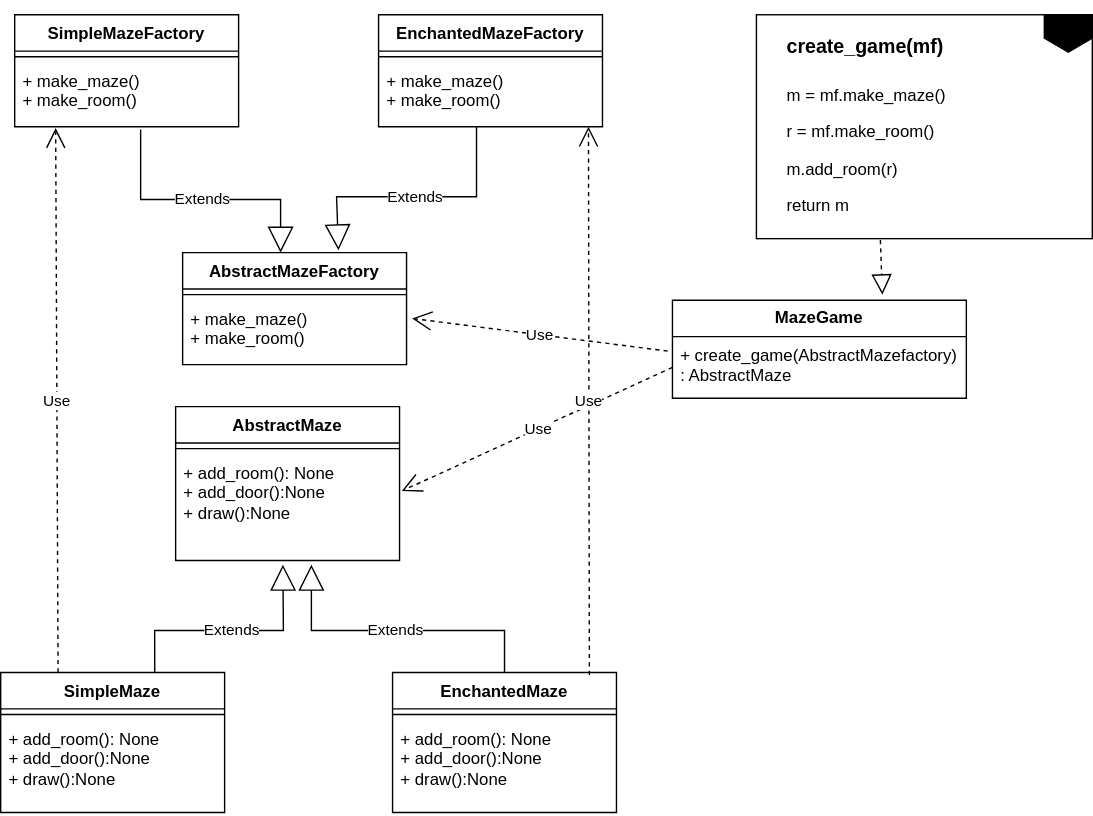
The draw.io diagram img/abstract_factory.svg in ElenaShargina/patterns, before a commit. Source tidied: cells renumbered, new cells last; positions are measured from the earlier drawing's top-left corner, leaving out a move shared by most shapes.
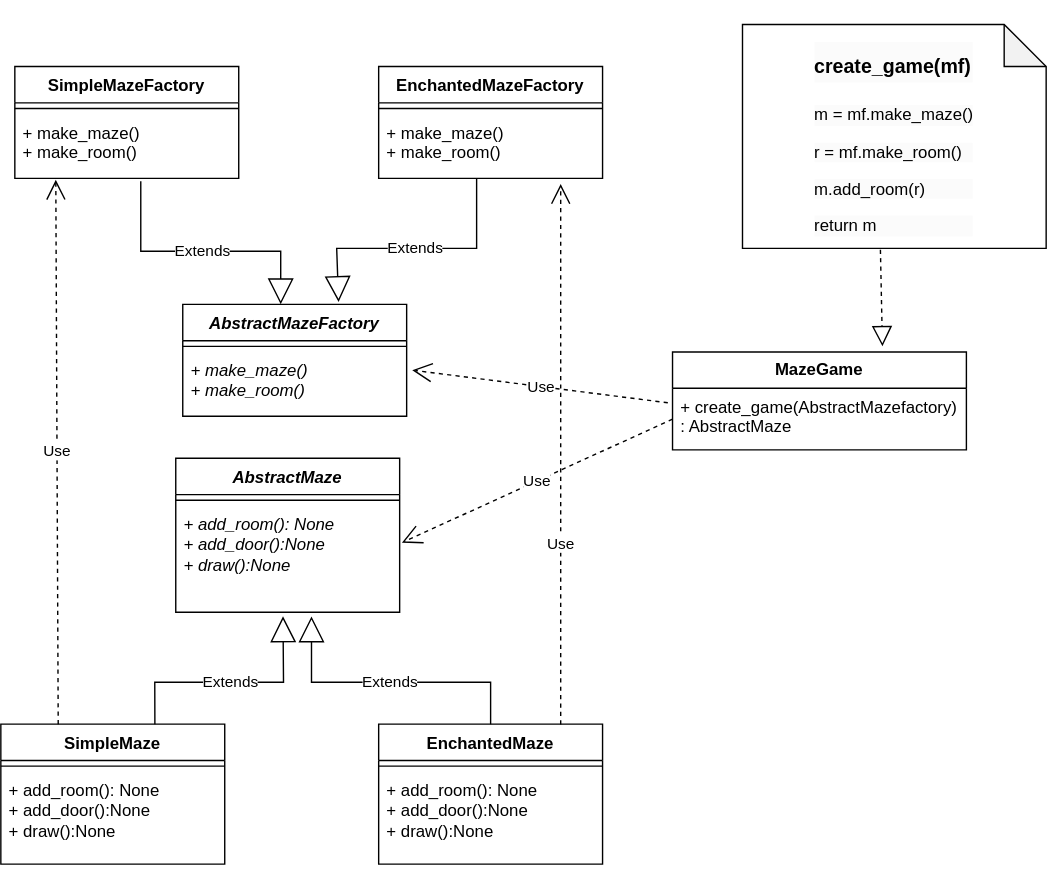
After the change.

What changed in the source:
```diff
@@ -2,13 +2,13 @@
   <root>
     <mxCell id="0" />
     <mxCell id="1" parent="0" />
-    <mxCell id="2" value="AbstractMaze" style="swimlane;fontStyle=1;align=center;verticalAlign=top;horizontal=1;startSize=26;whiteSpace=wrap;html=1;" parent="1" vertex="1">
+    <mxCell id="2" value="&lt;i&gt;AbstractMaze&lt;/i&gt;" style="swimlane;fontStyle=1;align=center;verticalAlign=top;horizontal=1;startSize=26;whiteSpace=wrap;html=1;" parent="1" vertex="1">
       <mxGeometry x="125" y="280" width="160" height="110" as="geometry" />
     </mxCell>
     <mxCell id="3" style="line;strokeWidth=1;fillColor=none;align=left;verticalAlign=middle;spacingTop=-1;spacingLeft=3;spacingRight=3;labelPosition=right;strokeColor=inherit;" parent="2" vertex="1">
       <mxGeometry y="26" width="160" height="8" as="geometry" />
     </mxCell>
-    <mxCell id="4" value="+ add_room(): None&lt;br&gt;+ add_door():None&lt;br&gt;+ draw():None" style="text;strokeColor=none;fillColor=none;align=left;verticalAlign=top;spacingLeft=4;spacingRight=4;overflow=hidden;points=[[0,0.5],[1,0.5]];portConstraint=eastwest;whiteSpace=wrap;html=1;" parent="2" vertex="1">
+    <mxCell id="4" value="+ add_room(): None&lt;br&gt;+ add_door():None&lt;br&gt;+ draw():None" style="text;strokeColor=none;fillColor=none;align=left;verticalAlign=top;spacingLeft=4;spacingRight=4;overflow=hidden;points=[[0,0.5],[1,0.5]];portConstraint=eastwest;whiteSpace=wrap;html=1;fontStyle=2;" parent="2" vertex="1">
       <mxGeometry y="34" width="160" height="76" as="geometry" />
     </mxCell>
     <mxCell id="5" value="SimpleMaze" style="swimlane;fontStyle=1;align=center;verticalAlign=top;horizontal=1;startSize=26;whiteSpace=wrap;html=1;" parent="1" vertex="1">
@@ -21,7 +21,7 @@
       <mxGeometry y="34" width="160" height="66" as="geometry" />
     </mxCell>
     <mxCell id="8" value="EnchantedMaze" style="swimlane;fontStyle=1;align=center;verticalAlign=top;horizontal=1;startSize=26;whiteSpace=wrap;html=1;" parent="1" vertex="1">
-      <mxGeometry x="280" y="470" width="160" height="100" as="geometry" />
+      <mxGeometry x="270" y="470" width="160" height="100" as="geometry" />
     </mxCell>
     <mxCell id="9" style="line;strokeWidth=1;fillColor=none;align=left;verticalAlign=middle;spacingTop=-1;spacingLeft=3;spacingRight=3;labelPosition=right;strokeColor=inherit;" parent="8" vertex="1">
       <mxGeometry y="26" width="160" height="8" as="geometry" />
@@ -29,13 +29,13 @@
     <mxCell id="10" value="+ add_room(): None&lt;br style=&quot;border-color: var(--border-color);&quot;&gt;+ add_door():None&lt;br style=&quot;border-color: var(--border-color);&quot;&gt;+ draw():None" style="text;strokeColor=none;fillColor=none;align=left;verticalAlign=top;spacingLeft=4;spacingRight=4;overflow=hidden;whiteSpace=wrap;html=1;" parent="8" vertex="1">
       <mxGeometry y="34" width="160" height="66" as="geometry" />
     </mxCell>
-    <mxCell id="11" value="AbstractMazeFactory" style="swimlane;fontStyle=1;align=center;verticalAlign=top;horizontal=1;startSize=26;whiteSpace=wrap;html=1;" parent="1" vertex="1">
+    <mxCell id="11" value="&lt;i&gt;AbstractMazeFactory&lt;/i&gt;" style="swimlane;fontStyle=1;align=center;verticalAlign=top;horizontal=1;startSize=26;whiteSpace=wrap;html=1;" parent="1" vertex="1">
       <mxGeometry x="130" y="170" width="160" height="80" as="geometry" />
     </mxCell>
     <mxCell id="12" style="line;strokeWidth=1;fillColor=none;align=left;verticalAlign=middle;spacingTop=-1;spacingLeft=3;spacingRight=3;labelPosition=right;strokeColor=inherit;" parent="11" vertex="1">
       <mxGeometry y="26" width="160" height="8" as="geometry" />
     </mxCell>
-    <mxCell id="13" value="+ make_maze()&lt;br&gt;+ make_room()" style="text;strokeColor=none;fillColor=none;align=left;verticalAlign=top;spacingLeft=4;spacingRight=4;overflow=hidden;points=[[0,0.5],[1,0.5]];portConstraint=eastwest;whiteSpace=wrap;html=1;" parent="11" vertex="1">
+    <mxCell id="13" value="+ make_maze()&lt;br&gt;+ make_room()" style="text;strokeColor=none;fillColor=none;align=left;verticalAlign=top;spacingLeft=4;spacingRight=4;overflow=hidden;points=[[0,0.5],[1,0.5]];portConstraint=eastwest;whiteSpace=wrap;html=1;fontStyle=2;" parent="11" vertex="1">
       <mxGeometry y="34" width="160" height="46" as="geometry" />
     </mxCell>
     <mxCell id="14" value="Extends" style="endArrow=block;endSize=16;endFill=0;html=1;rounded=0;entryX=0.479;entryY=1.039;entryDx=0;entryDy=0;entryPerimeter=0;exitX=0.688;exitY=0;exitDx=0;exitDy=0;exitPerimeter=0;" parent="1" edge="1" source="5" target="4">
@@ -50,7 +50,7 @@
       <mxGeometry relative="1" as="geometry">
         <mxPoint x="222" y="393" as="targetPoint" />
         <Array as="points">
-          <mxPoint x="360" y="440" />
+          <mxPoint x="350" y="440" />
           <mxPoint x="222" y="440" />
         </Array>
       </mxGeometry>
@@ -98,20 +98,9 @@
     <mxCell id="25" value="+ create_game(AbstractMazefactory)&lt;br&gt;: AbstractMaze" style="text;strokeColor=none;fillColor=none;align=left;verticalAlign=top;spacingLeft=4;spacingRight=4;overflow=hidden;points=[[0,0.5],[1,0.5]];portConstraint=eastwest;whiteSpace=wrap;html=1;" parent="24" vertex="1">
       <mxGeometry y="26" width="210" height="44" as="geometry" />
     </mxCell>
-    <mxCell id="26" style="group;" parent="1" vertex="1">
-      <mxGeometry x="540" width="240" height="160" as="geometry" />
-    </mxCell>
-    <mxCell id="27" style="rounded=0;whiteSpace=wrap;html=1;" parent="26" vertex="1">
-      <mxGeometry width="240" height="160" as="geometry" />
-    </mxCell>
-    <mxCell id="28" style="shape=offPageConnector;whiteSpace=wrap;html=1;fillColor=#000000;" parent="26" vertex="1">
-      <mxGeometry x="205.7" width="34.3" height="26.7" as="geometry" />
-    </mxCell>
-    <mxCell id="29" value="&lt;h1&gt;&lt;span style=&quot;font-size: 14px;&quot;&gt;create_game(mf)&lt;/span&gt;&lt;/h1&gt;&lt;p&gt;m = mf.make_maze()&lt;/p&gt;&lt;p&gt;r = mf.make_room()&lt;/p&gt;&lt;p&gt;m.add_room(r)&lt;/p&gt;&lt;p&gt;return m&lt;/p&gt;" style="text;html=1;strokeColor=none;fillColor=none;spacing=5;spacingTop=-20;whiteSpace=wrap;overflow=hidden;rounded=0;" parent="26" vertex="1">
-      <mxGeometry x="17.1" width="205.7" height="146.7" as="geometry" />
-    </mxCell>
-    <mxCell id="30" style="endArrow=block;dashed=1;endFill=0;endSize=12;html=1;rounded=0;exitX=0.369;exitY=1.006;exitDx=0;exitDy=0;exitPerimeter=0;" parent="1" edge="1" source="27">
+    <mxCell id="30" style="endArrow=block;dashed=1;endFill=0;endSize=12;html=1;rounded=0;exitX=0.369;exitY=1.006;exitDx=0;exitDy=0;exitPerimeter=0;" parent="1" edge="1">
       <mxGeometry relative="1" as="geometry">
+        <mxPoint x="628.6" y="131" as="sourcePoint" />
         <mxPoint x="630" y="200" as="targetPoint" />
       </mxGeometry>
     </mxCell>
@@ -121,15 +110,16 @@
     <mxCell id="32" value="Use" style="endArrow=open;endSize=12;dashed=1;html=1;rounded=0;exitX=0;exitY=0.5;exitDx=0;exitDy=0;entryX=1.01;entryY=0.346;entryDx=0;entryDy=0;entryPerimeter=0;" parent="1" edge="1" source="25" target="4">
       <mxGeometry relative="1" as="geometry" />
     </mxCell>
-    <mxCell id="33" value="Use" style="endArrow=open;endSize=12;dashed=1;html=1;rounded=0;exitX=0.879;exitY=0.017;exitDx=0;exitDy=0;exitPerimeter=0;" parent="1" edge="1" source="8">
-      <mxGeometry relative="1" as="geometry">
-        <mxPoint x="420" y="80" as="targetPoint" />
-      </mxGeometry>
+    <mxCell id="33" value="Use" style="endArrow=open;endSize=12;dashed=1;html=1;rounded=0;exitX=0.813;exitY=0.002;exitDx=0;exitDy=0;exitPerimeter=0;entryX=0.813;entryY=1.087;entryDx=0;entryDy=0;entryPerimeter=0;" parent="1" edge="1" source="8" target="21">
+      <mxGeometry x="-0.33" relative="1" as="geometry" />
     </mxCell>
     <mxCell id="34" value="Use" style="endArrow=open;endSize=12;dashed=1;html=1;rounded=0;exitX=0.879;exitY=0.017;exitDx=0;exitDy=0;exitPerimeter=0;entryX=0.183;entryY=1.022;entryDx=0;entryDy=0;entryPerimeter=0;" parent="1" edge="1" target="18">
       <mxGeometry relative="1" as="geometry">
         <mxPoint x="41" y="470" as="sourcePoint" />
       </mxGeometry>
     </mxCell>
+    <mxCell id="29" value="&lt;br&gt;&lt;h1 style=&quot;text-align: left; border-color: var(--border-color); color: rgb(0, 0, 0); font-family: Helvetica; font-style: normal; font-variant-ligatures: normal; font-variant-caps: normal; letter-spacing: normal; orphans: 2; text-indent: 0px; text-transform: none; widows: 2; word-spacing: 0px; -webkit-text-stroke-width: 0px; background-color: rgb(251, 251, 251); text-decoration-thickness: initial; text-decoration-style: initial; text-decoration-color: initial;&quot;&gt;&lt;span style=&quot;border-color: var(--border-color); font-size: 14px;&quot;&gt;create_game(mf)&lt;/span&gt;&lt;/h1&gt;&lt;p style=&quot;text-align: left; border-color: var(--border-color); color: rgb(0, 0, 0); font-family: Helvetica; font-size: 12px; font-style: normal; font-variant-ligatures: normal; font-variant-caps: normal; font-weight: 400; letter-spacing: normal; orphans: 2; text-indent: 0px; text-transform: none; widows: 2; word-spacing: 0px; -webkit-text-stroke-width: 0px; background-color: rgb(251, 251, 251); text-decoration-thickness: initial; text-decoration-style: initial; text-decoration-color: initial;&quot;&gt;m = mf.make_maze()&lt;/p&gt;&lt;p style=&quot;text-align: left; border-color: var(--border-color); color: rgb(0, 0, 0); font-family: Helvetica; font-size: 12px; font-style: normal; font-variant-ligatures: normal; font-variant-caps: normal; font-weight: 400; letter-spacing: normal; orphans: 2; text-indent: 0px; text-transform: none; widows: 2; word-spacing: 0px; -webkit-text-stroke-width: 0px; background-color: rgb(251, 251, 251); text-decoration-thickness: initial; text-decoration-style: initial; text-decoration-color: initial;&quot;&gt;r = mf.make_room()&lt;/p&gt;&lt;p style=&quot;text-align: left; border-color: var(--border-color); color: rgb(0, 0, 0); font-family: Helvetica; font-size: 12px; font-style: normal; font-variant-ligatures: normal; font-variant-caps: normal; font-weight: 400; letter-spacing: normal; orphans: 2; text-indent: 0px; text-transform: none; widows: 2; word-spacing: 0px; -webkit-text-stroke-width: 0px; background-color: rgb(251, 251, 251); text-decoration-thickness: initial; text-decoration-style: initial; text-decoration-color: initial;&quot;&gt;m.add_room(r)&lt;/p&gt;&lt;p style=&quot;text-align: left; border-color: var(--border-color); color: rgb(0, 0, 0); font-family: Helvetica; font-size: 12px; font-style: normal; font-variant-ligatures: normal; font-variant-caps: normal; font-weight: 400; letter-spacing: normal; orphans: 2; text-indent: 0px; text-transform: none; widows: 2; word-spacing: 0px; -webkit-text-stroke-width: 0px; background-color: rgb(251, 251, 251); text-decoration-thickness: initial; text-decoration-style: initial; text-decoration-color: initial;&quot;&gt;return m&lt;/p&gt;&lt;div style=&quot;text-align: left;&quot;&gt;&lt;br&gt;&lt;/div&gt;" style="shape=note;whiteSpace=wrap;html=1;backgroundOutline=1;darkOpacity=0.05;" parent="1" vertex="1">
+      <mxGeometry x="530" y="-30" width="217" height="160" as="geometry" />
+    </mxCell>
   </root>
 </mxGraphModel>
```
